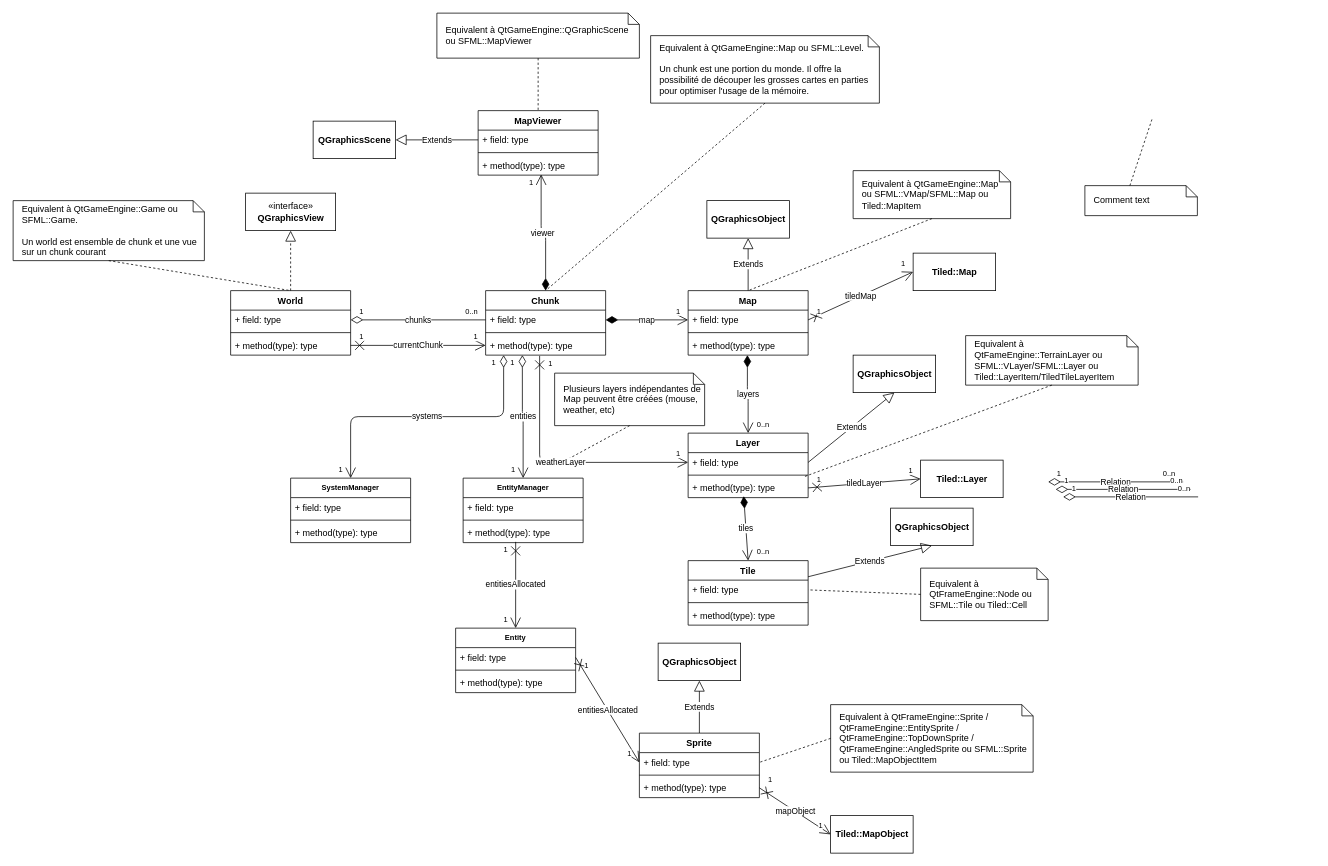
Earlier version of the draw.io diagram doc/World_Diagram.drawio (josephgarnier/fast-sim-design). Source tidied: cells renumbered, new cells numbered last; positions are measured from the earlier drawing's top-left corner, leaving out a move shared by most shapes. Both pictures are drawn from the tidied source at 75%, with x=0, y=0 at pixel (13, 13).
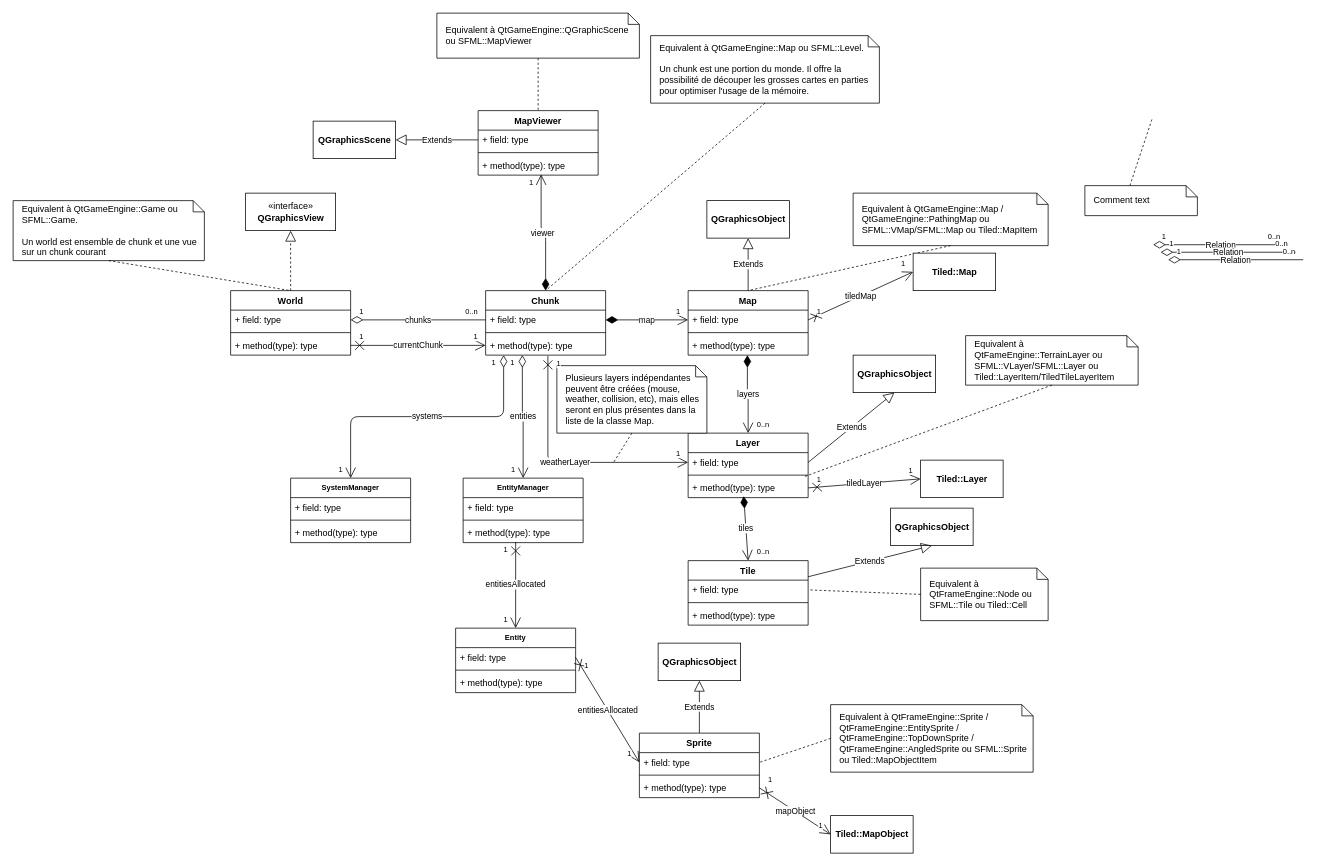
The same diagram, later.

The change refers to these unchanged cells:
```xml
<mxCell id="7" value="+ field: type" style="text;strokeColor=none;fillColor=none;align=left;verticalAlign=top;spacingLeft=4;spacingRight=4;overflow=hidden;points=[[0,0.5],[1,0.5]];portConstraint=eastwest;" parent="6" vertex="1">
  <mxGeometry y="26" width="160" height="26" as="geometry" />
</mxCell>
<mxCell id="30" value="+ method(type): type" style="text;strokeColor=none;fillColor=none;align=left;verticalAlign=top;spacingLeft=4;spacingRight=4;overflow=hidden;points=[[0,0.5],[1,0.5]];portConstraint=eastwest;" parent="27" vertex="1">
  <mxGeometry y="60" width="160" height="26" as="geometry" />
</mxCell>
```

What changed in the source:
```diff
@@
-    <mxCell id="16" value="Plusieurs layers indépendantes de Map peuvent être créées (mouse, weather, etc)" style="shape=note;size=15;align=left;spacingLeft=10;html=1;whiteSpace=wrap;" parent="1" vertex="1">
-      <mxGeometry x="722" y="480" width="200" height="70" as="geometry" />
+    <mxCell id="16" value="Plusieurs layers indépendantes peuvent être créées (mouse, weather, collision, etc), mais elles seront en plus présentes dans la liste de la classe Map." style="shape=note;size=15;align=left;spacingLeft=10;html=1;whiteSpace=wrap;" parent="1" vertex="1">
+      <mxGeometry x="725" y="470" width="200" height="90" as="geometry" />
     </mxCell>
     <mxCell id="17" style="edgeStyle=none;endArrow=none;exitX=0.5;exitY=1;dashed=1;html=1;exitDx=0;exitDy=0;exitPerimeter=0;" parent="1" edge="1" source="16">
       <mxGeometry x="1" relative="1" as="geometry">
-        <mxPoint x="730" y="600" as="targetPoint" />
+        <mxPoint x="800" y="600" as="targetPoint" />
       </mxGeometry>
     </mxCell>
@@
-    <mxCell id="33" value="weatherLayer" style="endArrow=open;html=1;endSize=12;startArrow=cross;startSize=10;startFill=0;edgeStyle=orthogonalEdgeStyle;endFill=0;exitX=0.45;exitY=1.038;exitDx=0;exitDy=0;align=center;targetPerimeterSpacing=0;sourcePerimeterSpacing=0;exitPerimeter=0;entryX=0;entryY=0.5;entryDx=0;entryDy=0;" parent="1" edge="1" source="30" target="7">
-      <mxGeometry relative="1" as="geometry" />
+    <mxCell id="33" value="weatherLayer" style="endArrow=open;html=1;endSize=12;startArrow=cross;startSize=10;startFill=0;edgeStyle=orthogonalEdgeStyle;endFill=0;exitX=0.519;exitY=1.038;exitDx=0;exitDy=0;align=center;targetPerimeterSpacing=0;sourcePerimeterSpacing=0;entryX=0;entryY=0.5;entryDx=0;entryDy=0;exitPerimeter=0;" parent="1" edge="1" source="30" target="7">
+      <mxGeometry relative="1" as="geometry">
+        <Array as="points">
+          <mxPoint x="713" y="599" />
+        </Array>
+      </mxGeometry>
     </mxCell>
@@
     <mxCell id="38" value="Relation" style="endArrow=none;html=1;endSize=0;startArrow=diamondThin;startSize=14;startFill=0;endFill=0;exitX=1;exitY=0.5;exitDx=0;exitDy=0;align=center;targetPerimeterSpacing=0;entryX=0;entryY=0.5;entryDx=0;entryDy=0;sourcePerimeterSpacing=0;" parent="1" edge="1">
       <mxGeometry relative="1" as="geometry">
-        <mxPoint x="1380" y="625" as="sourcePoint" />
-        <mxPoint x="1560" y="625" as="targetPoint" />
+        <mxPoint x="1520" y="308.8" as="sourcePoint" />
+        <mxPoint x="1700" y="308.8" as="targetPoint" />
       </mxGeometry>
     </mxCell>
@@
     <mxCell id="71" value="Relation" style="endArrow=none;html=1;endSize=0;startArrow=diamondThin;startSize=14;startFill=0;endFill=0;exitX=1;exitY=0.5;exitDx=0;exitDy=0;align=center;targetPerimeterSpacing=0;entryX=0;entryY=0.5;entryDx=0;entryDy=0;sourcePerimeterSpacing=0;" parent="1" edge="1">
       <mxGeometry relative="1" as="geometry">
-        <mxPoint x="1390" y="635" as="sourcePoint" />
-        <mxPoint x="1570" y="635" as="targetPoint" />
+        <mxPoint x="1530" y="318.8" as="sourcePoint" />
+        <mxPoint x="1710" y="318.8" as="targetPoint" />
       </mxGeometry>
     </mxCell>
@@
     <mxCell id="74" value="Relation" style="endArrow=none;html=1;endSize=0;startArrow=diamondThin;startSize=14;startFill=0;endFill=0;exitX=1;exitY=0.5;exitDx=0;exitDy=0;align=center;targetPerimeterSpacing=0;entryX=0;entryY=0.5;entryDx=0;entryDy=0;sourcePerimeterSpacing=0;" parent="1" edge="1">
       <mxGeometry relative="1" as="geometry">
-        <mxPoint x="1400" y="645" as="sourcePoint" />
-        <mxPoint x="1580" y="645" as="targetPoint" />
+        <mxPoint x="1540" y="328.8" as="sourcePoint" />
+        <mxPoint x="1720" y="328.8" as="targetPoint" />
       </mxGeometry>
     </mxCell>
@@
-    <mxCell id="85" value="Equivalent à QtGameEngine::Map ou SFML::VMap/SFML::Map ou Tiled::MapItem" style="shape=note;size=15;align=left;spacingLeft=10;html=1;whiteSpace=wrap;" parent="1" vertex="1">
-      <mxGeometry x="1120" y="210" width="210" height="64" as="geometry" />
+    <mxCell id="85" value="Equivalent à QtGameEngine::Map / QtGameEngine::PathingMap&amp;nbsp;ou SFML::VMap/SFML::Map ou Tiled::MapItem" style="shape=note;size=15;align=left;spacingLeft=10;html=1;whiteSpace=wrap;" parent="1" vertex="1">
+      <mxGeometry x="1120" y="240" width="260" height="70" as="geometry" />
     </mxCell>
```
